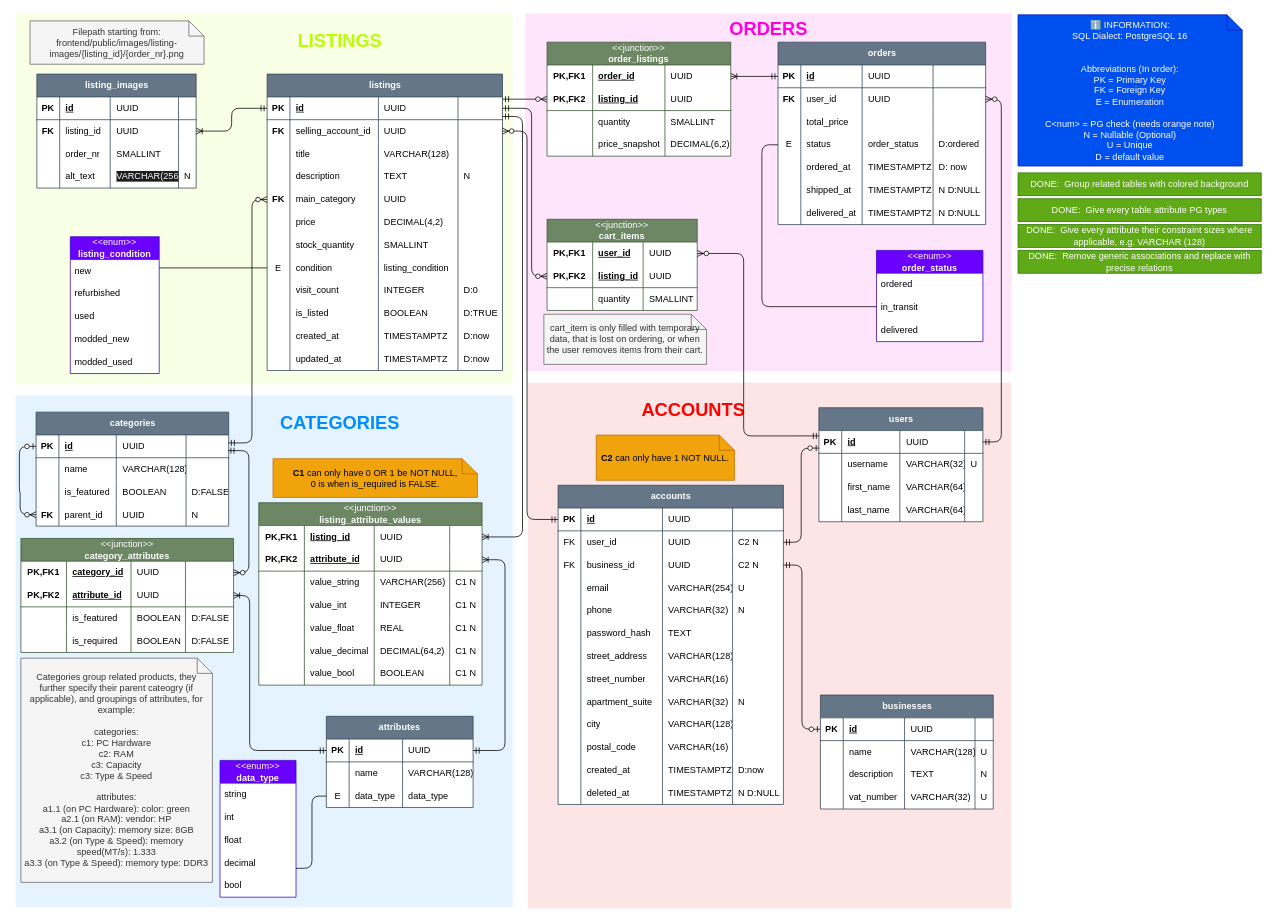
Before: docs/.drawio in ZalmoraDev/memory-mall, a draw.io diagram. Source tidied: cells renumbered, new cells numbered last; positions are measured from the earlier drawing's top-left corner, leaving out a move shared by most shapes. Both pictures are drawn from the tidied source at 76%, with x=0, y=0 at pixel (15, 13).
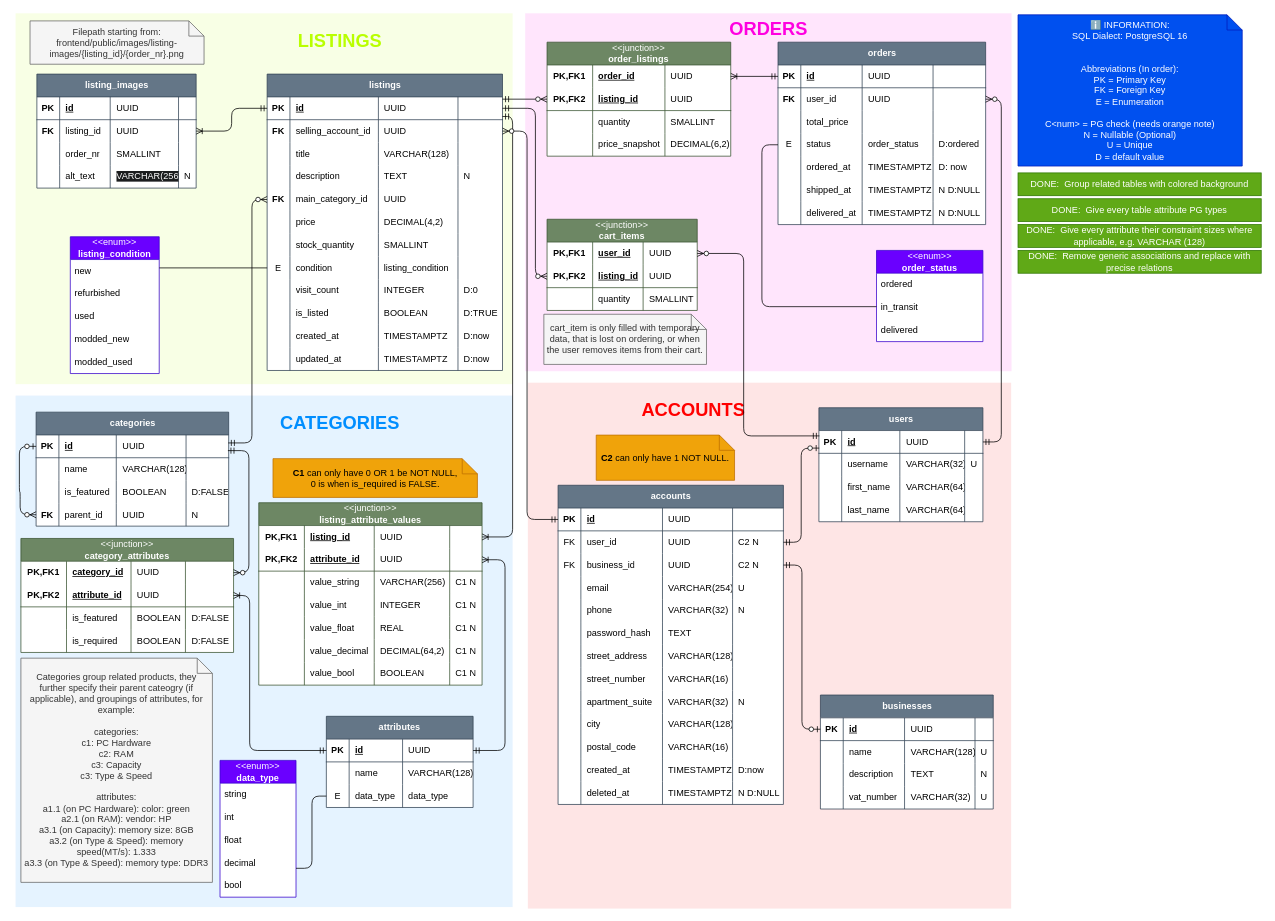
The same page after the edit.

Commit message (it also covers changes not shown here):
Added drizzle relations

The change refers to these unchanged cells:
```xml
<mxCell id="57" style="shape=tableRow;horizontal=0;startSize=0;swimlaneHead=0;swimlaneBody=0;fillColor=none;points=[[0,0.5],[1,0.5]];portConstraint=eastwest;top=0;left=0;right=0;bottom=0;html=1;rounded=0;" parent="56" vertex="1">
  <mxGeometry y="30" width="293.8" height="30" as="geometry" />
</mxCell>
<mxCell id="148" style="shape=tableRow;horizontal=0;startSize=0;swimlaneHead=0;swimlaneBody=0;fillColor=none;points=[[0,0.5],[1,0.5]];portConstraint=eastwest;top=0;left=0;right=0;bottom=1;strokeColor=inherit;rounded=0;" parent="147" vertex="1">
  <mxGeometry y="30" width="309.7" height="30" as="geometry" />
</mxCell>
<mxCell id="168" style="shape=tableRow;horizontal=0;startSize=0;swimlaneHead=0;swimlaneBody=0;fillColor=none;points=[[0,0.5],[1,0.5]];portConstraint=eastwest;top=0;left=0;right=0;bottom=0;rounded=0;" parent="147" vertex="1">
  <mxGeometry y="150" width="309.7" height="30" as="geometry" />
</mxCell>
<mxCell id="332" style="shape=tableRow;horizontal=0;startSize=0;swimlaneHead=0;swimlaneBody=0;fillColor=none;points=[[0,0.5],[1,0.5]];portConstraint=eastwest;top=0;left=0;right=0;bottom=1;html=1;strokeColor=inherit;rounded=0;" parent="327" vertex="1">
  <mxGeometry y="60" width="197.6" height="30" as="geometry" />
</mxCell>
```

The edit, as a diff of the source:
```diff
@@
-    <mxCell id="170" value="main_category" style="shape=partialRectangle;fillColor=none;top=0;left=0;bottom=0;right=0;align=left;spacingLeft=6;overflow=hidden;whiteSpace=wrap;html=1;rounded=0;" parent="168" vertex="1">
+    <mxCell id="170" value="main_category_id" style="shape=partialRectangle;fillColor=none;top=0;left=0;bottom=0;right=0;align=left;spacingLeft=6;overflow=hidden;whiteSpace=wrap;html=1;rounded=0;" parent="168" vertex="1">
       <mxGeometry x="30" width="116.4" height="30" as="geometry" />
     </mxCell>
@@
     <mxCell id="386" style="edgeStyle=orthogonalEdgeStyle;fontSize=12;html=1;endArrow=ERoneToMany;startArrow=ERmandOne;rounded=1;curved=0;exitX=1;exitY=0.859;exitDx=0;exitDy=0;exitPerimeter=0;entryX=1;entryY=0.5;entryDx=0;entryDy=0;" parent="1" edge="1" source="148" target="57">
       <mxGeometry relative="1" as="geometry">
         <Array as="points">
-          <mxPoint x="667" y="136" />
-          <mxPoint x="667" y="689" />
+          <mxPoint x="654" y="136" />
+          <mxPoint x="654" y="689" />
         </Array>
       </mxGeometry>
     </mxCell>
@@
     <mxCell id="388" style="edgeStyle=orthogonalEdgeStyle;fontSize=12;html=1;endArrow=ERzeroToMany;startArrow=ERmandOne;rounded=1;curved=0;" parent="1" edge="1" source="148" target="332">
       <mxGeometry relative="1" as="geometry">
         <Array as="points">
-          <mxPoint x="679" y="125" />
-          <mxPoint x="679" y="346" />
+          <mxPoint x="684" y="125" />
+          <mxPoint x="684" y="346" />
         </Array>
       </mxGeometry>
     </mxCell>
```
